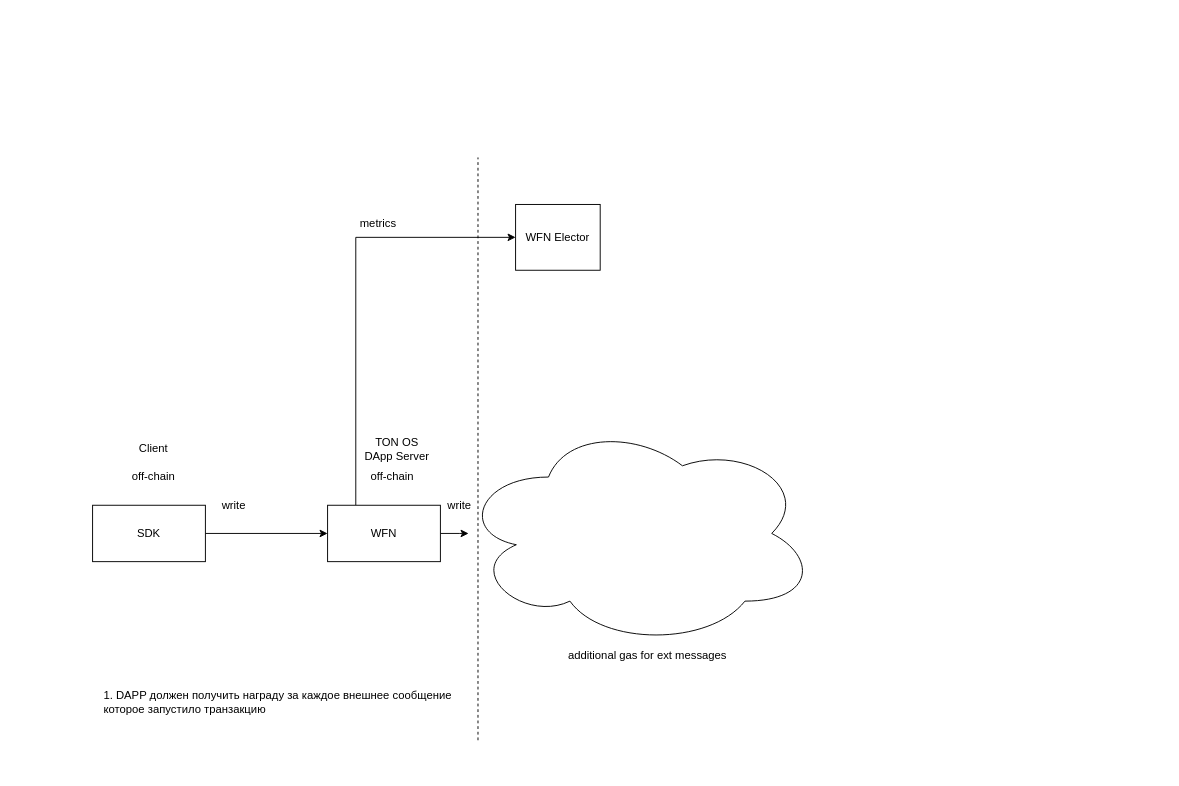
The draw.io diagram DApp.drawio in SkySonR/draw.io, before the edit. Source tidied: cells renumbered, new cells numbered last; positions are measured from the earlier drawing's top-left corner, leaving out a move shared by most shapes. Both pictures are drawn from the tidied source at 94%, with x=0, y=0 at pixel (92, 157).
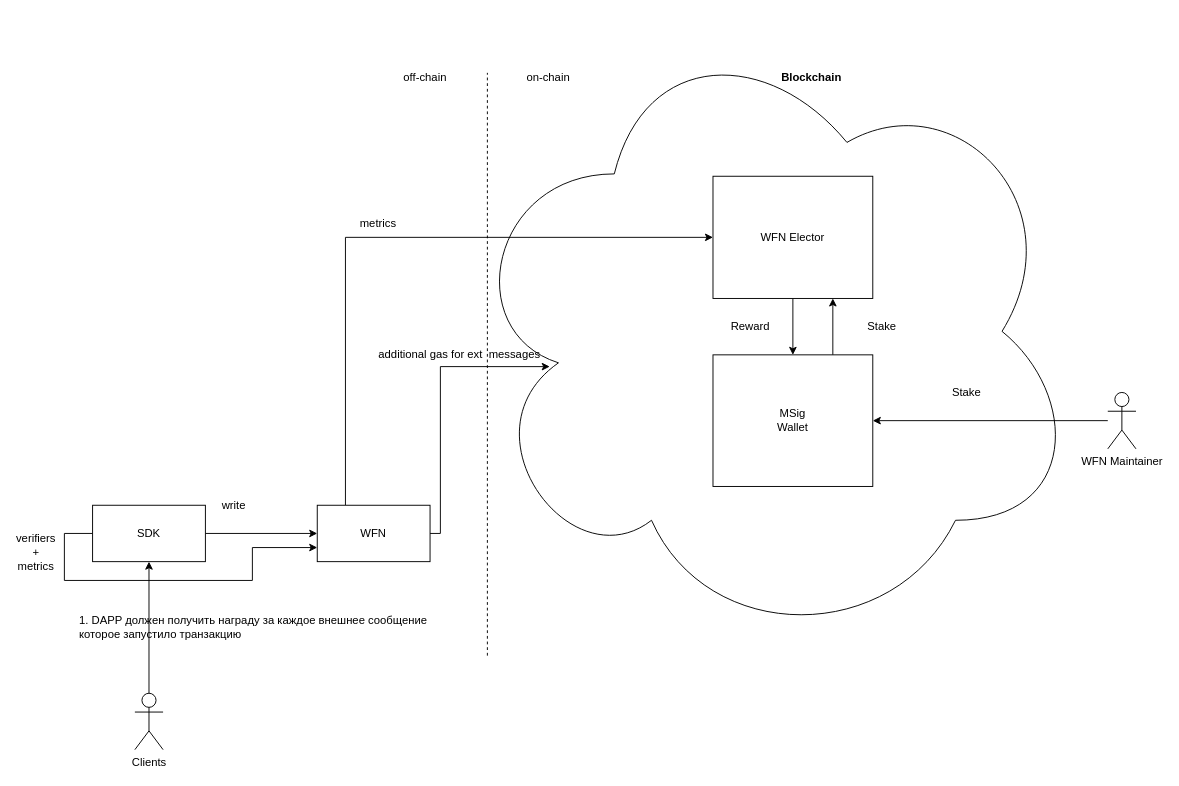
The same diagram, later.

The change refers to these unchanged cells:
```xml
<mxCell id="4" value="SDK" style="rounded=0;whiteSpace=wrap;html=1;" parent="1" vertex="1">
  <mxGeometry y="370" width="120" height="60" as="geometry" />
</mxCell>
```

What changed in the source:
```diff
@@
     <mxCell id="2" style="ellipse;shape=cloud;whiteSpace=wrap;html=1;" parent="1" vertex="1">
-      <mxGeometry x="390" y="280" width="380" height="240" as="geometry" />
+      <mxGeometry x="390" y="-150" width="660" height="670" as="geometry" />
     </mxCell>
@@
+    <mxCell id="19" style="edgeStyle=orthogonalEdgeStyle;rounded=0;jettySize=auto;html=1;entryX=0;entryY=0.75;entryDx=0;entryDy=0;" parent="1" edge="1" source="4" target="7">
+      <mxGeometry relative="1" as="geometry">
+        <Array as="points">
+          <mxPoint x="-30" y="400" />
+          <mxPoint x="-30" y="450" />
+          <mxPoint x="170" y="450" />
+          <mxPoint x="170" y="415" />
+        </Array>
+      </mxGeometry>
+    </mxCell>
@@
-    <mxCell id="5" style="edgeStyle=orthogonalEdgeStyle;rounded=0;jettySize=auto;html=1;" parent="1" edge="1" source="7">
+    <mxCell id="5" style="edgeStyle=orthogonalEdgeStyle;rounded=0;jettySize=auto;html=1;entryX=0.146;entryY=0.556;entryDx=0;entryDy=0;entryPerimeter=0;" parent="1" edge="1" source="7" target="2">
       <mxGeometry relative="1" as="geometry">
-        <mxPoint x="400" y="400" as="targetPoint" />
+        <Array as="points">
+          <mxPoint x="370" y="223" />
+        </Array>
       </mxGeometry>
     </mxCell>
@@
     <mxCell id="7" value="WFN" style="rounded=0;whiteSpace=wrap;html=1;" parent="1" vertex="1">
-      <mxGeometry x="250" y="370" width="120" height="60" as="geometry" />
+      <mxGeometry x="239" y="370" width="120" height="60" as="geometry" />
     </mxCell>
     <mxCell id="8" style="endArrow=none;dashed=1;html=1;" parent="1" edge="1">
       <mxGeometry relative="1" as="geometry">
-        <mxPoint x="410" y="620" as="sourcePoint" />
-        <mxPoint x="410" as="targetPoint" />
+        <mxPoint x="420" y="530" as="sourcePoint" />
+        <mxPoint x="420" y="-90" as="targetPoint" />
       </mxGeometry>
     </mxCell>
-    <mxCell id="9" value="Client" style="text;html=1;strokeColor=none;fillColor=none;align=center;verticalAlign=middle;whiteSpace=wrap;rounded=0;" parent="1" vertex="1">
-      <mxGeometry x="45" y="300" width="40" height="20" as="geometry" />
-    </mxCell>
-    <mxCell id="10" value="off-chain" style="text;html=1;strokeColor=none;fillColor=none;align=center;verticalAlign=middle;whiteSpace=wrap;rounded=0;" parent="1" vertex="1">
-      <mxGeometry x="30" y="330" width="70" height="20" as="geometry" />
-    </mxCell>
     <mxCell id="11" value="off-chain" style="text;html=1;strokeColor=none;fillColor=none;align=center;verticalAlign=middle;whiteSpace=wrap;rounded=0;" parent="1" vertex="1">
-      <mxGeometry x="284" y="330" width="70" height="20" as="geometry" />
+      <mxGeometry x="319" y="-95" width="70" height="20" as="geometry" />
     </mxCell>
@@
-    <mxCell id="13" value="write" style="text;html=1;align=center;verticalAlign=middle;" parent="1" vertex="1">
-      <mxGeometry x="370" y="360" width="40" height="20" as="geometry" />
-    </mxCell>
     <mxCell id="14" value="1. DAPP должен получить награду за каждое внешнее сообщение которое запустило транзакцию" style="text;html=1;strokeColor=none;fillColor=none;align=left;verticalAlign=middle;whiteSpace=wrap;rounded=0;" parent="1" vertex="1">
-      <mxGeometry x="10" y="530" width="380" height="100" as="geometry" />
+      <mxGeometry x="-16" y="450" width="380" height="100" as="geometry" />
     </mxCell>
-    <mxCell id="15" value="additional gas for ext messages" style="text;html=1;align=center;verticalAlign=middle;" parent="1" vertex="1">
-      <mxGeometry x="500" y="520" width="180" height="20" as="geometry" />
+    <mxCell id="15" value="additional gas for ext&amp;nbsp; messages" style="text;html=1;align=center;verticalAlign=middle;" parent="1" vertex="1">
+      <mxGeometry x="295" y="200" width="190" height="20" as="geometry" />
     </mxCell>
+    <mxCell id="20" style="edgeStyle=orthogonalEdgeStyle;rounded=0;jettySize=auto;html=1;exitX=0.5;exitY=1;exitDx=0;exitDy=0;" parent="1" edge="1" source="16" target="22">
+      <mxGeometry relative="1" as="geometry" />
+    </mxCell>
     <mxCell id="16" value="WFN Elector" style="rounded=0;whiteSpace=wrap;html=1;" parent="1" vertex="1">
-      <mxGeometry x="450" y="50" width="90" height="70" as="geometry" />
+      <mxGeometry x="660" y="20" width="170" height="130" as="geometry" />
     </mxCell>
-    <mxCell id="17" value="TON OS DApp Server" style="text;html=1;strokeColor=none;fillColor=none;align=center;verticalAlign=middle;whiteSpace=wrap;rounded=0;" parent="1" vertex="1">
-      <mxGeometry x="284" y="300" width="80" height="20" as="geometry" />
-    </mxCell>
@@
+    <mxCell id="21" style="edgeStyle=orthogonalEdgeStyle;rounded=0;jettySize=auto;html=1;exitX=0.75;exitY=0;exitDx=0;exitDy=0;entryX=0.75;entryY=1;entryDx=0;entryDy=0;" parent="1" edge="1" source="22" target="16">
+      <mxGeometry relative="1" as="geometry" />
+    </mxCell>
+    <mxCell id="22" value="MSig&lt;br&gt;Wallet" style="rounded=0;whiteSpace=wrap;html=1;" parent="1" vertex="1">
+      <mxGeometry x="660" y="210" width="170" height="140" as="geometry" />
+    </mxCell>
+    <mxCell id="23" style="edgeStyle=orthogonalEdgeStyle;rounded=0;jettySize=auto;html=1;" parent="1" edge="1" source="24" target="22">
+      <mxGeometry relative="1" as="geometry" />
+    </mxCell>
+    <mxCell id="24" value="WFN Maintainer" style="shape=umlActor;verticalLabelPosition=bottom;verticalAlign=top;html=1;outlineConnect=0;" parent="1" vertex="1">
+      <mxGeometry x="1080" y="250" width="30" height="60" as="geometry" />
+    </mxCell>
+    <mxCell id="25" value="Stake" style="text;html=1;strokeColor=none;fillColor=none;align=center;verticalAlign=middle;whiteSpace=wrap;rounded=0;" parent="1" vertex="1">
+      <mxGeometry x="820" y="170" width="40" height="20" as="geometry" />
+    </mxCell>
+    <mxCell id="26" value="Reward" style="text;html=1;strokeColor=none;fillColor=none;align=center;verticalAlign=middle;whiteSpace=wrap;rounded=0;" parent="1" vertex="1">
+      <mxGeometry x="680" y="170" width="40" height="20" as="geometry" />
+    </mxCell>
+    <mxCell id="27" value="verifiers + metrics" style="text;html=1;strokeColor=none;fillColor=none;align=center;verticalAlign=middle;whiteSpace=wrap;rounded=0;" parent="1" vertex="1">
+      <mxGeometry x="-80" y="410" width="40" height="20" as="geometry" />
+    </mxCell>
+    <mxCell id="28" style="edgeStyle=orthogonalEdgeStyle;rounded=0;jettySize=auto;html=1;entryX=0.5;entryY=1;entryDx=0;entryDy=0;" parent="1" edge="1" source="29" target="4">
+      <mxGeometry relative="1" as="geometry" />
+    </mxCell>
+    <mxCell id="29" value="Clients" style="shape=umlActor;verticalLabelPosition=bottom;verticalAlign=top;html=1;outlineConnect=0;" parent="1" vertex="1">
+      <mxGeometry x="45" y="570" width="30" height="60" as="geometry" />
+    </mxCell>
+    <mxCell id="30" value="Stake" style="text;html=1;strokeColor=none;fillColor=none;align=center;verticalAlign=middle;whiteSpace=wrap;rounded=0;" parent="1" vertex="1">
+      <mxGeometry x="910" y="240" width="40" height="20" as="geometry" />
+    </mxCell>
+    <mxCell id="31" value="&lt;b&gt;Blockchain&lt;/b&gt;" style="text;html=1;strokeColor=none;fillColor=none;align=center;verticalAlign=middle;whiteSpace=wrap;rounded=0;" parent="1" vertex="1">
+      <mxGeometry x="610" y="-140" width="310" height="110" as="geometry" />
+    </mxCell>
+    <mxCell id="32" value="on-chain" style="text;html=1;strokeColor=none;fillColor=none;align=center;verticalAlign=middle;whiteSpace=wrap;rounded=0;" parent="1" vertex="1">
+      <mxGeometry x="450" y="-95" width="70" height="20" as="geometry" />
+    </mxCell>
```
